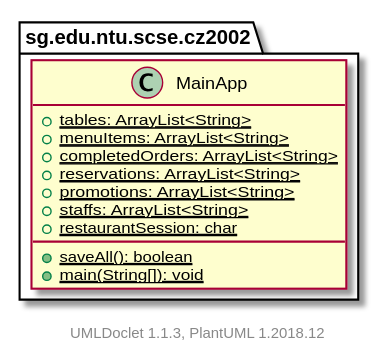
Above: projects/test/html/umlversion/uml/sg.edu.ntu.scse.cz2002.package.svg in itachi1706/How-to-use-Git-NTUSCSE1819-Site (PlantUML), before the change.
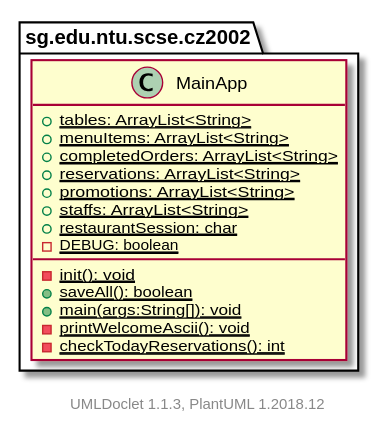
Later version of the same file.

Diff of the diagram source:
```diff
@@ -2,7 +2,7 @@
 
     namespace sg.edu.ntu.scse.cz2002 {
 
-        class MainApp {
+        class MainApp [[../sg/edu/ntu/scse/cz2002/MainApp.html]] {
             {static} +tables: ArrayList<String>
             {static} +menuItems: ArrayList<String>
             {static} +completedOrders: ArrayList<String>
@@ -10,8 +10,12 @@
             {static} +promotions: ArrayList<String>
             {static} +staffs: ArrayList<String>
             {static} +restaurantSession: char
+            {static} -DEBUG: boolean
+            {static} -init(): void
             {static} +saveAll(): boolean
-            {static} +main(String[]): void
+            {static} +main(args:String[]): void
+            {static} -printWelcomeAscii(): void
+            {static} -checkTodayReservations(): int
         }
 
     }
```
